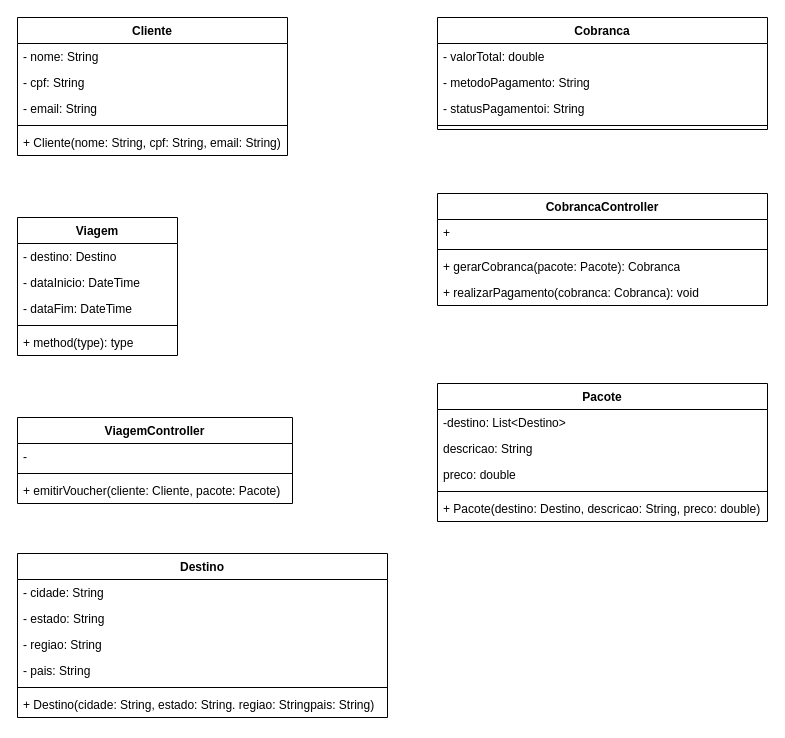
Earlier version of the draw.io diagram diagrams/exe_10_sistema_de_viagem.drawio (jonathanvmelo/-devs2blu). Source tidied: cells renumbered, new cells numbered last; positions are measured from the earlier drawing's top-left corner, leaving out a move shared by most shapes. Both pictures are drawn from the tidied source at 100%, with x=0, y=0 at pixel (17, 17).
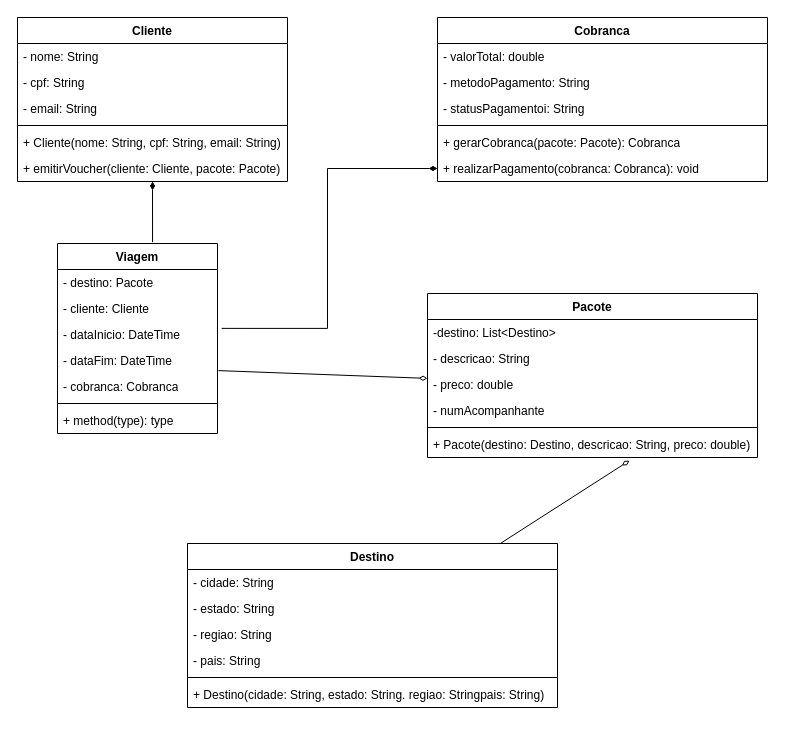
Above is the later version.

Diff of the diagram source:
```diff
@@
+    <mxCell id="41" style="rounded=0;jettySize=auto;html=1;entryX=0.594;entryY=-0.007;entryDx=0;entryDy=0;entryPerimeter=0;endArrow=none;endFill=0;startArrow=diamondThin;startFill=1;" parent="1" edge="1" source="2" target="26">
+      <mxGeometry relative="1" as="geometry" />
+    </mxCell>
     <mxCell id="2" value="Cliente" style="swimlane;fontStyle=1;align=center;verticalAlign=top;horizontal=1;startSize=26;whiteSpace=wrap;html=1;" parent="1" vertex="1">
-      <mxGeometry width="270" height="138" as="geometry" />
+      <mxGeometry width="270" height="164" as="geometry" />
     </mxCell>
@@
+    <mxCell id="40" value="+ emitirVoucher(cliente: Cliente, pacote: Pacote)" style="text;strokeColor=none;fillColor=none;align=left;verticalAlign=top;spacingLeft=4;spacingRight=4;overflow=hidden;whiteSpace=wrap;html=1;" parent="2" vertex="1">
+      <mxGeometry y="138" width="270" height="26" as="geometry" />
+    </mxCell>
+    <mxCell id="42" style="rounded=0;jettySize=auto;html=1;entryX=0.612;entryY=1.12;entryDx=0;entryDy=0;entryPerimeter=0;endArrow=diamondThin;endFill=0;" parent="1" edge="1" source="8" target="20">
+      <mxGeometry relative="1" as="geometry" />
+    </mxCell>
     <mxCell id="8" value="Destino" style="swimlane;fontStyle=1;align=center;verticalAlign=top;horizontal=1;startSize=26;whiteSpace=wrap;html=1;" parent="1" vertex="1">
-      <mxGeometry y="536" width="370" height="164" as="geometry" />
+      <mxGeometry x="170" y="526" width="370" height="164" as="geometry" />
     </mxCell>
@@
     <mxCell id="15" value="Pacote" style="swimlane;fontStyle=1;align=center;verticalAlign=top;horizontal=1;startSize=26;whiteSpace=wrap;html=1;" parent="1" vertex="1">
-      <mxGeometry x="420" y="366" width="330" height="138" as="geometry" />
+      <mxGeometry x="410" y="276" width="330" height="164" as="geometry" />
     </mxCell>
@@
-    <mxCell id="17" value="descricao: String" style="text;strokeColor=none;fillColor=none;align=left;verticalAlign=top;spacingLeft=4;spacingRight=4;overflow=hidden;whiteSpace=wrap;html=1;" parent="15" vertex="1">
+    <mxCell id="17" value="- descricao: String" style="text;strokeColor=none;fillColor=none;align=left;verticalAlign=top;spacingLeft=4;spacingRight=4;overflow=hidden;whiteSpace=wrap;html=1;" parent="15" vertex="1">
       <mxGeometry y="52" width="330" height="26" as="geometry" />
     </mxCell>
-    <mxCell id="18" value="preco: double" style="text;strokeColor=none;fillColor=none;align=left;verticalAlign=top;spacingLeft=4;spacingRight=4;overflow=hidden;points=[[0,0.5],[1,0.5]];portConstraint=eastwest;whiteSpace=wrap;html=1;" parent="15" vertex="1">
+    <mxCell id="18" value="- preco: double" style="text;strokeColor=none;fillColor=none;align=left;verticalAlign=top;spacingLeft=4;spacingRight=4;overflow=hidden;points=[[0,0.5],[1,0.5]];portConstraint=eastwest;whiteSpace=wrap;html=1;" parent="15" vertex="1">
       <mxGeometry y="78" width="330" height="26" as="geometry" />
     </mxCell>
+    <mxCell id="43" value="- numAcompanhante" style="text;strokeColor=none;fillColor=none;align=left;verticalAlign=top;spacingLeft=4;spacingRight=4;overflow=hidden;whiteSpace=wrap;html=1;" parent="15" vertex="1">
+      <mxGeometry y="104" width="330" height="26" as="geometry" />
+    </mxCell>
     <mxCell id="19" style="line;strokeWidth=1;fillColor=none;align=left;verticalAlign=middle;spacingTop=-1;spacingLeft=3;spacingRight=3;labelPosition=right;strokeColor=inherit;" parent="15" vertex="1">
-      <mxGeometry y="104" width="330" height="8" as="geometry" />
+      <mxGeometry y="130" width="330" height="8" as="geometry" />
     </mxCell>
     <mxCell id="20" value="+ Pacote(destino: Destino, descricao: String, preco: double)" style="text;strokeColor=none;fillColor=none;align=left;verticalAlign=top;spacingLeft=4;spacingRight=4;overflow=hidden;points=[[0,0.5],[1,0.5]];portConstraint=eastwest;whiteSpace=wrap;html=1;" parent="15" vertex="1">
-      <mxGeometry y="112" width="330" height="26" as="geometry" />
+      <mxGeometry y="138" width="330" height="26" as="geometry" />
     </mxCell>
     <mxCell id="21" value="Cobranca" style="swimlane;fontStyle=1;align=center;verticalAlign=top;horizontal=1;startSize=26;whiteSpace=wrap;html=1;" parent="1" vertex="1">
-      <mxGeometry x="420" width="330" height="112" as="geometry" />
+      <mxGeometry x="420" width="330" height="164" as="geometry" />
     </mxCell>
@@
+    <mxCell id="35" value="+ gerarCobranca(pacote: Pacote): Cobranca" style="text;strokeColor=none;fillColor=none;align=left;verticalAlign=top;spacingLeft=4;spacingRight=4;overflow=hidden;whiteSpace=wrap;html=1;" parent="21" vertex="1">
+      <mxGeometry y="112" width="330" height="26" as="geometry" />
+    </mxCell>
+    <mxCell id="36" value="+ realizarPagamento(cobranca: Cobranca): void" style="text;strokeColor=none;fillColor=none;align=left;verticalAlign=top;spacingLeft=4;spacingRight=4;overflow=hidden;points=[[0,0.5],[1,0.5]];portConstraint=eastwest;whiteSpace=wrap;html=1;" parent="21" vertex="1">
+      <mxGeometry y="138" width="330" height="26" as="geometry" />
+    </mxCell>
     <mxCell id="26" value="Viagem" style="swimlane;fontStyle=1;align=center;verticalAlign=top;horizontal=1;startSize=26;whiteSpace=wrap;html=1;" parent="1" vertex="1">
-      <mxGeometry y="200" width="160" height="138" as="geometry" />
+      <mxGeometry x="40" y="226" width="160" height="190" as="geometry" />
     </mxCell>
-    <mxCell id="27" value="- destino: Destino" style="text;strokeColor=none;fillColor=none;align=left;verticalAlign=top;spacingLeft=4;spacingRight=4;overflow=hidden;whiteSpace=wrap;html=1;" parent="26" vertex="1">
+    <mxCell id="27" value="- destino: Pacote" style="text;strokeColor=none;fillColor=none;align=left;verticalAlign=top;spacingLeft=4;spacingRight=4;overflow=hidden;whiteSpace=wrap;html=1;" parent="26" vertex="1">
       <mxGeometry y="26" width="160" height="26" as="geometry" />
     </mxCell>
+    <mxCell id="44" value="- cliente: Cliente" style="text;strokeColor=none;fillColor=none;align=left;verticalAlign=top;spacingLeft=4;spacingRight=4;overflow=hidden;whiteSpace=wrap;html=1;" parent="26" vertex="1">
+      <mxGeometry y="52" width="160" height="26" as="geometry" />
+    </mxCell>
     <mxCell id="28" value="- dataInicio: DateTime" style="text;strokeColor=none;fillColor=none;align=left;verticalAlign=top;spacingLeft=4;spacingRight=4;overflow=hidden;points=[[0,0.5],[1,0.5]];portConstraint=eastwest;whiteSpace=wrap;html=1;" parent="26" vertex="1">
-      <mxGeometry y="52" width="160" height="26" as="geometry" />
+      <mxGeometry y="78" width="160" height="26" as="geometry" />
     </mxCell>
     <mxCell id="29" value="- dataFim: DateTime" style="text;strokeColor=none;fillColor=none;align=left;verticalAlign=top;spacingLeft=4;spacingRight=4;overflow=hidden;points=[[0,0.5],[1,0.5]];portConstraint=eastwest;whiteSpace=wrap;html=1;" parent="26" vertex="1">
-      <mxGeometry y="78" width="160" height="26" as="geometry" />
+      <mxGeometry y="104" width="160" height="26" as="geometry" />
     </mxCell>
+    <mxCell id="45" value="- cobranca: Cobranca" style="text;strokeColor=none;fillColor=none;align=left;verticalAlign=top;spacingLeft=4;spacingRight=4;overflow=hidden;whiteSpace=wrap;html=1;" parent="26" vertex="1">
+      <mxGeometry y="130" width="160" height="26" as="geometry" />
+    </mxCell>
     <mxCell id="30" style="line;strokeWidth=1;fillColor=none;align=left;verticalAlign=middle;spacingTop=-1;spacingLeft=3;spacingRight=3;labelPosition=right;strokeColor=inherit;" parent="26" vertex="1">
-      <mxGeometry y="104" width="160" height="8" as="geometry" />
+      <mxGeometry y="156" width="160" height="8" as="geometry" />
     </mxCell>
     <mxCell id="31" value="+ method(type): type" style="text;strokeColor=none;fillColor=none;align=left;verticalAlign=top;spacingLeft=4;spacingRight=4;overflow=hidden;whiteSpace=wrap;html=1;" parent="26" vertex="1">
-      <mxGeometry y="112" width="160" height="26" as="geometry" />
+      <mxGeometry y="164" width="160" height="26" as="geometry" />
     </mxCell>
-    <mxCell id="32" value="CobrancaController" style="swimlane;fontStyle=1;align=center;verticalAlign=top;horizontal=1;startSize=26;whiteSpace=wrap;html=1;" parent="1" vertex="1">
-      <mxGeometry x="420" y="176" width="330" height="112" as="geometry" />
-    </mxCell>
-    <mxCell id="33" value="+ " style="text;strokeColor=none;fillColor=none;align=left;verticalAlign=top;spacingLeft=4;spacingRight=4;overflow=hidden;whiteSpace=wrap;html=1;" parent="32" vertex="1">
-      <mxGeometry y="26" width="330" height="26" as="geometry" />
-    </mxCell>
-    <mxCell id="34" style="line;strokeWidth=1;fillColor=none;align=left;verticalAlign=middle;spacingTop=-1;spacingLeft=3;spacingRight=3;labelPosition=right;strokeColor=inherit;" parent="32" vertex="1">
-      <mxGeometry y="52" width="330" height="8" as="geometry" />
-    </mxCell>
-    <mxCell id="35" value="+ gerarCobranca(pacote: Pacote): Cobranca" style="text;strokeColor=none;fillColor=none;align=left;verticalAlign=top;spacingLeft=4;spacingRight=4;overflow=hidden;whiteSpace=wrap;html=1;" parent="32" vertex="1">
-      <mxGeometry y="60" width="330" height="26" as="geometry" />
-    </mxCell>
-    <mxCell id="36" value="+ realizarPagamento(cobranca: Cobranca): void" style="text;strokeColor=none;fillColor=none;align=left;verticalAlign=top;spacingLeft=4;spacingRight=4;overflow=hidden;points=[[0,0.5],[1,0.5]];portConstraint=eastwest;whiteSpace=wrap;html=1;" parent="32" vertex="1">
-      <mxGeometry y="86" width="330" height="26" as="geometry" />
-    </mxCell>
-    <mxCell id="37" value="ViagemController" style="swimlane;fontStyle=1;align=center;verticalAlign=top;horizontal=1;startSize=26;whiteSpace=wrap;html=1;" parent="1" vertex="1">
-      <mxGeometry y="400" width="275" height="86" as="geometry" />
-    </mxCell>
-    <mxCell id="38" value="- " style="text;strokeColor=none;fillColor=none;align=left;verticalAlign=top;spacingLeft=4;spacingRight=4;overflow=hidden;whiteSpace=wrap;html=1;" parent="37" vertex="1">
-      <mxGeometry y="26" width="275" height="26" as="geometry" />
-    </mxCell>
-    <mxCell id="39" style="line;strokeWidth=1;fillColor=none;align=left;verticalAlign=middle;spacingTop=-1;spacingLeft=3;spacingRight=3;labelPosition=right;strokeColor=inherit;" parent="37" vertex="1">
-      <mxGeometry y="52" width="275" height="8" as="geometry" />
-    </mxCell>
-    <mxCell id="40" value="+ emitirVoucher(cliente: Cliente, pacote: Pacote)" style="text;strokeColor=none;fillColor=none;align=left;verticalAlign=top;spacingLeft=4;spacingRight=4;overflow=hidden;whiteSpace=wrap;html=1;" parent="37" vertex="1">
-      <mxGeometry y="60" width="275" height="26" as="geometry" />
-    </mxCell>
+    <mxCell id="46" style="rounded=0;jettySize=auto;html=1;entryX=1.006;entryY=0.889;entryDx=0;entryDy=0;entryPerimeter=0;endArrow=none;endFill=0;startArrow=diamondThin;startFill=0;" parent="1" edge="1" source="18" target="29">
+      <mxGeometry relative="1" as="geometry" />
+    </mxCell>
+    <mxCell id="47" style="edgeStyle=orthogonalEdgeStyle;rounded=0;jettySize=auto;html=1;entryX=1.026;entryY=0.265;entryDx=0;entryDy=0;entryPerimeter=0;endArrow=none;endFill=0;startArrow=diamondThin;startFill=1;" parent="1" edge="1" source="36" target="28">
+      <mxGeometry relative="1" as="geometry" />
+    </mxCell>
```
